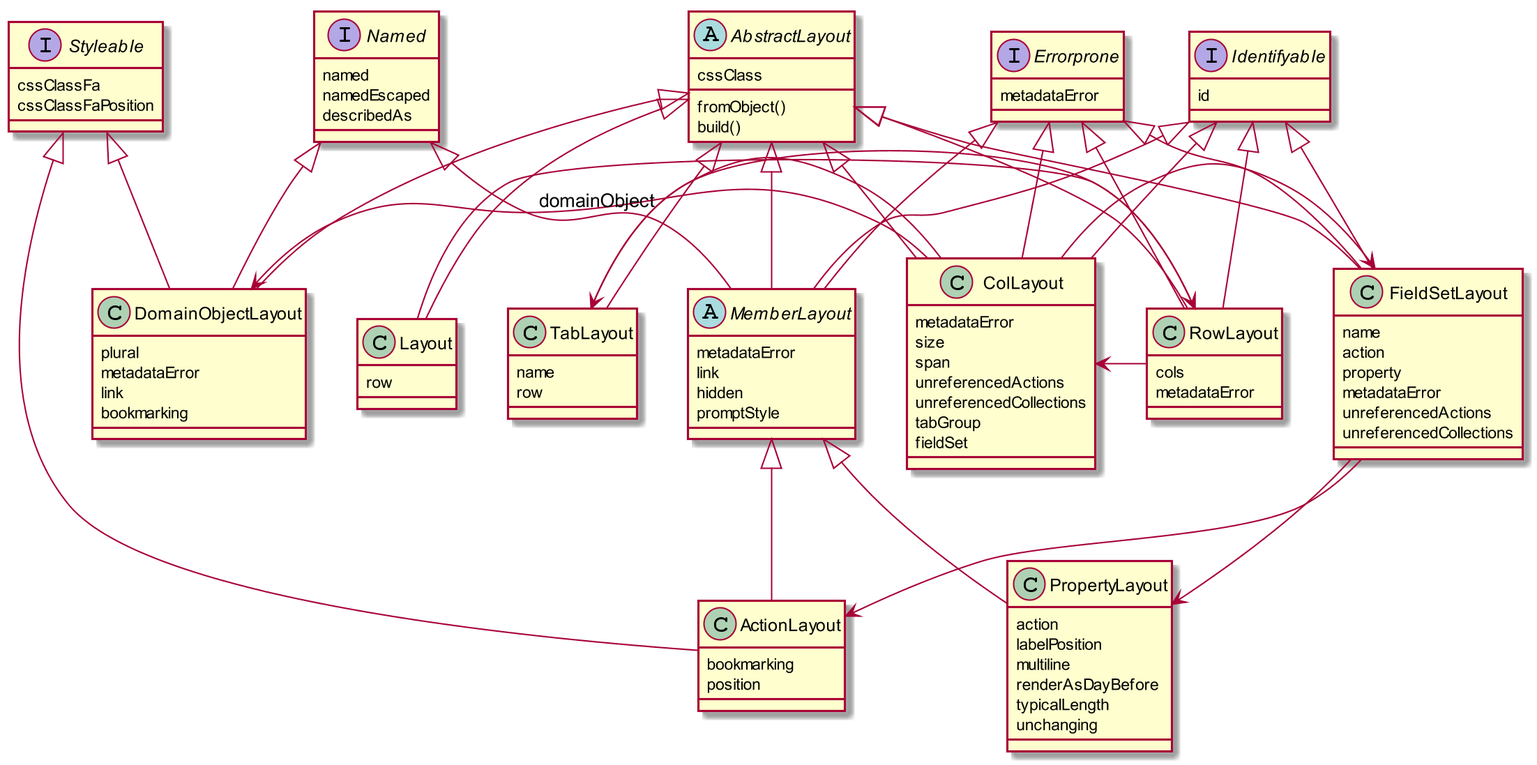
The PlantUML diagram incubator/clients/kroviz/docs/uml-layout.png in apache/causeway, before a commit.
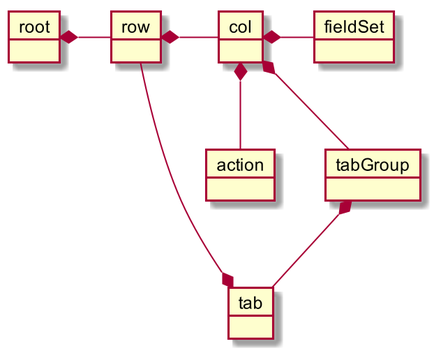
The same file after the commit.

Change to the diagram source:
```diff
@@ -1,130 +1,23 @@
 @startuml
 skinparam dpi 200
 
-abstract class AbstractLayout {
-    cssClass
-    fromObject()
-    build()
+
+object root
+object row
+object col
+object fieldSet
+object action
+object tabGroup
+object tab
+
+root *- row
+row *- col
+together {
+  col *- fieldSet
+  col *-down- action
+  col *-down- tabGroup
 }
-together {
-  class DomainObjectLayout
-  class ColLayout
-  class Layout
-  class MemberLayout
-  class RowLayout
-  class TabLayout
-}
-AbstractLayout <|-- DomainObjectLayout
-AbstractLayout <|-- ColLayout
-AbstractLayout <|-- FieldSetLayout
-AbstractLayout <|-- Layout
-AbstractLayout <|-- MemberLayout
-AbstractLayout <|-- RowLayout
-AbstractLayout <|-- TabLayout
+tabGroup *-down- tab
+tab *- row
 
-abstract class MemberLayout {
-    metadataError
-    link
-    hidden
-    promptStyle
-}
-
-class Layout {
-    row
-}
-
-class RowLayout {
-    cols
-    metadataError
-}
-
-class ColLayout {
-    metadataError
-    size
-    span
-    unreferencedActions
-    unreferencedCollections
-    tabGroup
-    fieldSet
-}
-
-class DomainObjectLayout {
-    plural
-    metadataError
-    link
-    bookmarking
-}
-ColLayout -> DomainObjectLayout : domainObject
-
-class FieldSetLayout {
-    name
-    action
-    property
-    metadataError
-    unreferencedActions
-    unreferencedCollections
-}
-
-class TabLayout {
-    name
-    row
-}
-
-class PropertyLayout {
-    action
-    labelPosition
-    multiline
-    renderAsDayBefore
-    typicalLength
-    unchanging
-}
-
-class ActionLayout {
-    bookmarking
-    position
-}
-
-MemberLayout <|-- ActionLayout
-MemberLayout <|-- PropertyLayout
-
-Layout -> RowLayout
-TabLayout -> RowLayout
-RowLayout -> ColLayout
-ColLayout -> FieldSetLayout
-ColLayout -> TabLayout
-
-FieldSetLayout -> ActionLayout
-FieldSetLayout -> PropertyLayout
-
-interface Named {
-    named
-    namedEscaped
-    describedAs
-}
-MemberLayout -up-|> Named
-DomainObjectLayout -up-|> Named
-
-interface Identifyable {
-    id
-}
-MemberLayout -up-|> Identifyable
-FieldSetLayout -up-|> Identifyable
-ColLayout -up-|> Identifyable
-RowLayout -up-|> Identifyable
-
-
-interface Styleable {
-    cssClassFa
-    cssClassFaPosition
-}
-Styleable <|-- ActionLayout
-Styleable <|-- DomainObjectLayout
-
-interface Errorprone {
-    metadataError
-}
-Errorprone <|-- ColLayout
-Errorprone <|-- FieldSetLayout
-Errorprone <|-- MemberLayout
-Errorprone <|-- RowLayout
 @enduml
```
